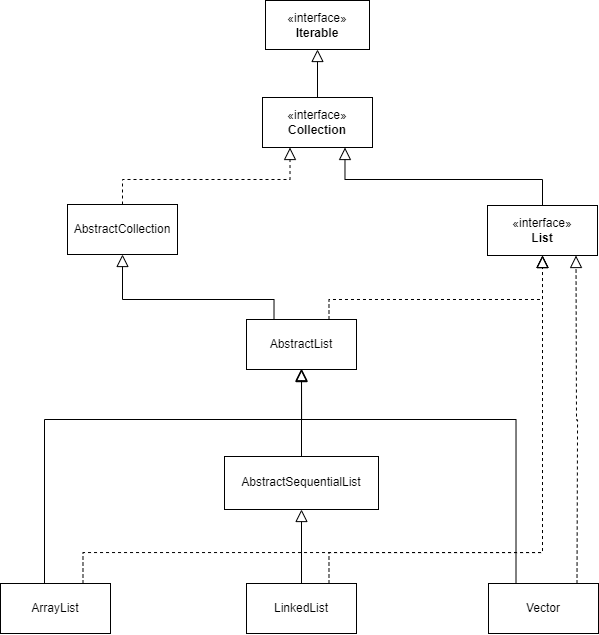
wjb0823/drawio keeps this draw.io diagram as Java/Collection/Collection类图.drawio.png. Above is the earlier version. Source tidied: cells renumbered, new cells last; positions are measured from the earlier drawing's top-left corner, leaving out a move shared by most shapes.
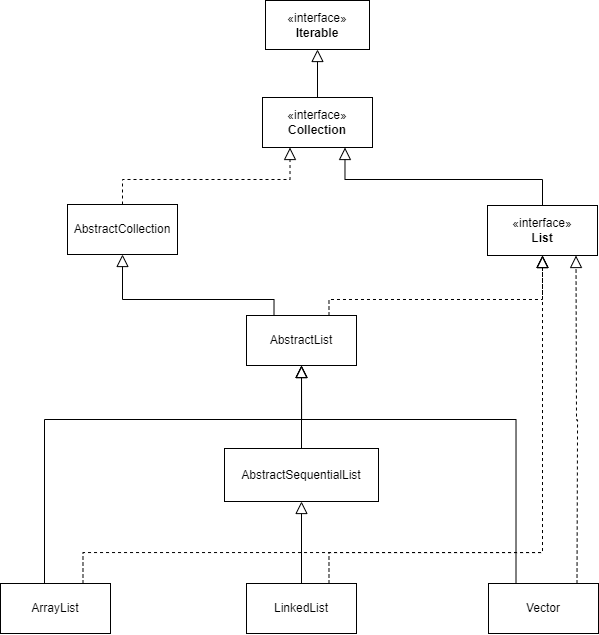
Later version of the same file.

Change to the diagram source:
```diff
@@ -42,12 +42,11 @@
       <mxGeometry relative="1" as="geometry" />
     </mxCell>
     <mxCell id="10" value="AbstractSequentialList" style="html=1;whiteSpace=wrap;" parent="1" vertex="1">
-      <mxGeometry x="224" y="456" width="154" height="53" as="geometry" />
+      <mxGeometry x="224" y="448" width="154" height="53" as="geometry" />
     </mxCell>
-    <mxCell id="11" style="edgeStyle=orthogonalEdgeStyle;rounded=0;orthogonalLoop=1;jettySize=auto;html=1;exitX=0.25;exitY=0;exitDx=0;exitDy=0;entryX=0.5;entryY=1;entryDx=0;entryDy=0;endArrow=block;endFill=0;endSize=10;" parent="1" edge="1">
+    <mxCell id="11" style="edgeStyle=orthogonalEdgeStyle;rounded=0;jettySize=auto;html=1;exitX=0.25;exitY=0;exitDx=0;exitDy=0;entryX=0.5;entryY=1;entryDx=0;entryDy=0;endArrow=block;endFill=0;endSize=10;" parent="1" edge="1" target="22">
       <mxGeometry relative="1" as="geometry">
         <mxPoint x="515.5" y="598" as="sourcePoint" />
-        <mxPoint x="301" y="368" as="targetPoint" />
         <Array as="points">
           <mxPoint x="516" y="419" />
           <mxPoint x="301" y="419" />
@@ -63,8 +62,9 @@
     <mxCell id="13" value="Vector" style="html=1;whiteSpace=wrap;" parent="1" vertex="1">
       <mxGeometry x="488" y="583" width="110" height="50" as="geometry" />
     </mxCell>
-    <mxCell id="14" style="edgeStyle=orthogonalEdgeStyle;rounded=0;jettySize=auto;html=1;entryX=0.5;entryY=1;entryDx=0;entryDy=0;endArrow=block;endFill=0;endSize=10;" parent="1" edge="1" source="16" target="22">
+    <mxCell id="14" style="edgeStyle=orthogonalEdgeStyle;rounded=0;jettySize=auto;html=1;entryX=0.5;entryY=1;entryDx=0;entryDy=0;endArrow=block;endFill=0;endSize=10;" parent="1" edge="1" target="22">
       <mxGeometry relative="1" as="geometry">
+        <mxPoint x="44" y="583" as="sourcePoint" />
         <Array as="points">
           <mxPoint x="44" y="419" />
           <mxPoint x="301" y="419" />
@@ -110,7 +110,7 @@
       </mxGeometry>
     </mxCell>
     <mxCell id="22" value="AbstractList" style="html=1;whiteSpace=wrap;" parent="1" vertex="1">
-      <mxGeometry x="246" y="319" width="110" height="50" as="geometry" />
+      <mxGeometry x="246" y="315" width="110" height="50" as="geometry" />
     </mxCell>
   </root>
 </mxGraphModel>
```
